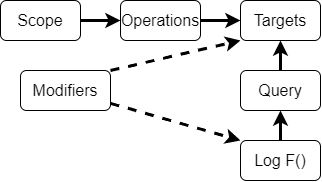
This is docs/images/arch/blocks.drawio.png from yonixw/xwlogger.logger, a draw.io export, as it was before one commit. Source tidied: cells renumbered, new cells last; positions are measured from the earlier drawing's top-left corner, leaving out a move shared by most shapes. Source of this version:
```xml
<mxGraphModel>
  <root>
    <mxCell id="0" />
    <mxCell id="1" parent="0" />
    <mxCell id="2" style="edgeStyle=none;html=1;entryX=0;entryY=0.5;entryDx=0;entryDy=0;fontSize=16;strokeWidth=3;" parent="1" edge="1" source="3" target="5">
      <mxGeometry relative="1" as="geometry" />
    </mxCell>
    <mxCell id="3" value="Scope" style="rounded=1;whiteSpace=wrap;html=1;fontSize=16;" parent="1" vertex="1">
      <mxGeometry width="80" height="40" as="geometry" />
    </mxCell>
    <mxCell id="4" style="edgeStyle=none;html=1;entryX=0;entryY=0.5;entryDx=0;entryDy=0;fontSize=16;strokeWidth=3;" parent="1" edge="1" source="5" target="6">
      <mxGeometry relative="1" as="geometry" />
    </mxCell>
    <mxCell id="5" value="Operations" style="rounded=1;whiteSpace=wrap;html=1;fontSize=16;" parent="1" vertex="1">
      <mxGeometry x="120" width="80" height="40" as="geometry" />
    </mxCell>
    <mxCell id="6" value="Targets" style="rounded=1;whiteSpace=wrap;html=1;fontSize=16;" parent="1" vertex="1">
      <mxGeometry x="240" width="80" height="40" as="geometry" />
    </mxCell>
    <mxCell id="7" style="edgeStyle=none;html=1;entryX=0.5;entryY=1;entryDx=0;entryDy=0;fontSize=16;strokeWidth=3;" parent="1" edge="1" source="8" target="6">
      <mxGeometry relative="1" as="geometry" />
    </mxCell>
    <mxCell id="8" value="Query" style="rounded=1;whiteSpace=wrap;html=1;fontSize=16;" parent="1" vertex="1">
      <mxGeometry x="240" y="70" width="80" height="40" as="geometry" />
    </mxCell>
    <mxCell id="9" style="edgeStyle=none;html=1;fontSize=16;strokeWidth=3;" parent="1" edge="1" source="10" target="8">
      <mxGeometry relative="1" as="geometry" />
    </mxCell>
    <mxCell id="10" value="Log F()" style="rounded=1;whiteSpace=wrap;html=1;fontSize=16;" parent="1" vertex="1">
      <mxGeometry x="240" y="140" width="80" height="40" as="geometry" />
    </mxCell>
    <mxCell id="11" style="edgeStyle=none;html=1;exitX=1;exitY=0;exitDx=0;exitDy=0;entryX=0;entryY=1;entryDx=0;entryDy=0;dashed=1;fontSize=16;strokeWidth=3;" parent="1" edge="1" source="13" target="6">
      <mxGeometry relative="1" as="geometry" />
    </mxCell>
    <mxCell id="12" style="edgeStyle=none;html=1;entryX=0;entryY=0;entryDx=0;entryDy=0;dashed=1;fontSize=16;strokeWidth=3;" parent="1" edge="1" source="13" target="10">
      <mxGeometry relative="1" as="geometry" />
    </mxCell>
    <mxCell id="13" value="Modifiers" style="rounded=1;whiteSpace=wrap;html=1;fontSize=16;" parent="1" vertex="1">
      <mxGeometry x="20" y="70" width="90" height="40" as="geometry" />
    </mxCell>
  </root>
</mxGraphModel>
```
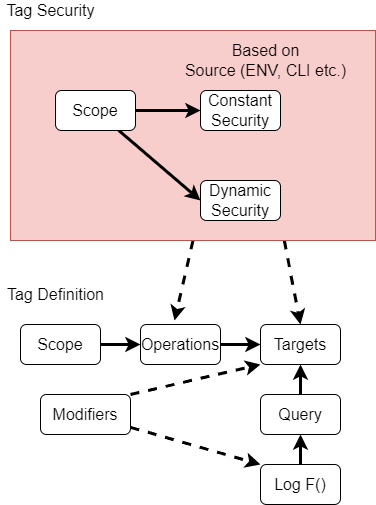
Above is the later version.

Change to the diagram source:
```diff
@@ -2,6 +2,15 @@
   <root>
     <mxCell id="0" />
     <mxCell id="1" parent="0" />
+    <mxCell id="14" style="edgeStyle=none;html=1;exitX=0.5;exitY=1;exitDx=0;exitDy=0;entryX=0.425;entryY=-0.1;entryDx=0;entryDy=0;entryPerimeter=0;fontSize=16;strokeWidth=3;dashed=1;" parent="1" edge="1" source="16" target="5">
+      <mxGeometry relative="1" as="geometry" />
+    </mxCell>
+    <mxCell id="15" style="edgeStyle=none;html=1;exitX=0.75;exitY=1;exitDx=0;exitDy=0;entryX=0.5;entryY=0;entryDx=0;entryDy=0;fontSize=16;strokeWidth=3;dashed=1;" parent="1" edge="1" source="16" target="6">
+      <mxGeometry relative="1" as="geometry" />
+    </mxCell>
+    <mxCell id="16" style="rounded=0;whiteSpace=wrap;html=1;fontSize=16;fillColor=#f8cecc;strokeColor=#b85450;" parent="1" vertex="1">
+      <mxGeometry x="-10" y="-294" width="365" height="210" as="geometry" />
+    </mxCell>
     <mxCell id="2" style="edgeStyle=none;html=1;entryX=0;entryY=0.5;entryDx=0;entryDy=0;fontSize=16;strokeWidth=3;" parent="1" edge="1" source="3" target="5">
       <mxGeometry relative="1" as="geometry" />
     </mxCell>
@@ -38,5 +47,29 @@
     <mxCell id="13" value="Modifiers" style="rounded=1;whiteSpace=wrap;html=1;fontSize=16;" parent="1" vertex="1">
       <mxGeometry x="20" y="70" width="90" height="40" as="geometry" />
     </mxCell>
+    <mxCell id="17" value="Tag Definition" style="text;html=1;align=center;verticalAlign=middle;strokeColor=none;fillColor=none;fontSize=16;" parent="1" vertex="1">
+      <mxGeometry x="-20" y="-40" width="110" height="20" as="geometry" />
+    </mxCell>
+    <mxCell id="18" style="edgeStyle=none;html=1;entryX=0;entryY=0.5;entryDx=0;entryDy=0;fontSize=16;strokeWidth=3;" parent="1" edge="1" source="20" target="21">
+      <mxGeometry relative="1" as="geometry" />
+    </mxCell>
+    <mxCell id="19" style="edgeStyle=none;html=1;entryX=0;entryY=0.5;entryDx=0;entryDy=0;fontSize=16;strokeWidth=3;" parent="1" edge="1" source="20" target="22">
+      <mxGeometry relative="1" as="geometry" />
+    </mxCell>
+    <mxCell id="20" value="Scope" style="rounded=1;whiteSpace=wrap;html=1;fontSize=16;" parent="1" vertex="1">
+      <mxGeometry x="35" y="-234" width="80" height="40" as="geometry" />
+    </mxCell>
+    <mxCell id="21" value="Constant&lt;br&gt;Security" style="rounded=1;whiteSpace=wrap;html=1;fontSize=16;" parent="1" vertex="1">
+      <mxGeometry x="180" y="-234" width="80" height="40" as="geometry" />
+    </mxCell>
+    <mxCell id="22" value="Dynamic&lt;br&gt;Security" style="rounded=1;whiteSpace=wrap;html=1;fontSize=16;" parent="1" vertex="1">
+      <mxGeometry x="180" y="-144" width="80" height="40" as="geometry" />
+    </mxCell>
+    <mxCell id="23" value="Based on&lt;br&gt;Source (ENV, CLI etc.)" style="text;html=1;align=center;verticalAlign=middle;strokeColor=none;fillColor=none;fontSize=16;" parent="1" vertex="1">
+      <mxGeometry x="155" y="-284" width="180" height="40" as="geometry" />
+    </mxCell>
+    <mxCell id="24" value="Tag Security" style="text;html=1;align=center;verticalAlign=middle;strokeColor=none;fillColor=none;fontSize=16;" parent="1" vertex="1">
+      <mxGeometry x="-20" y="-324" width="100" height="20" as="geometry" />
+    </mxCell>
   </root>
 </mxGraphModel>
```
